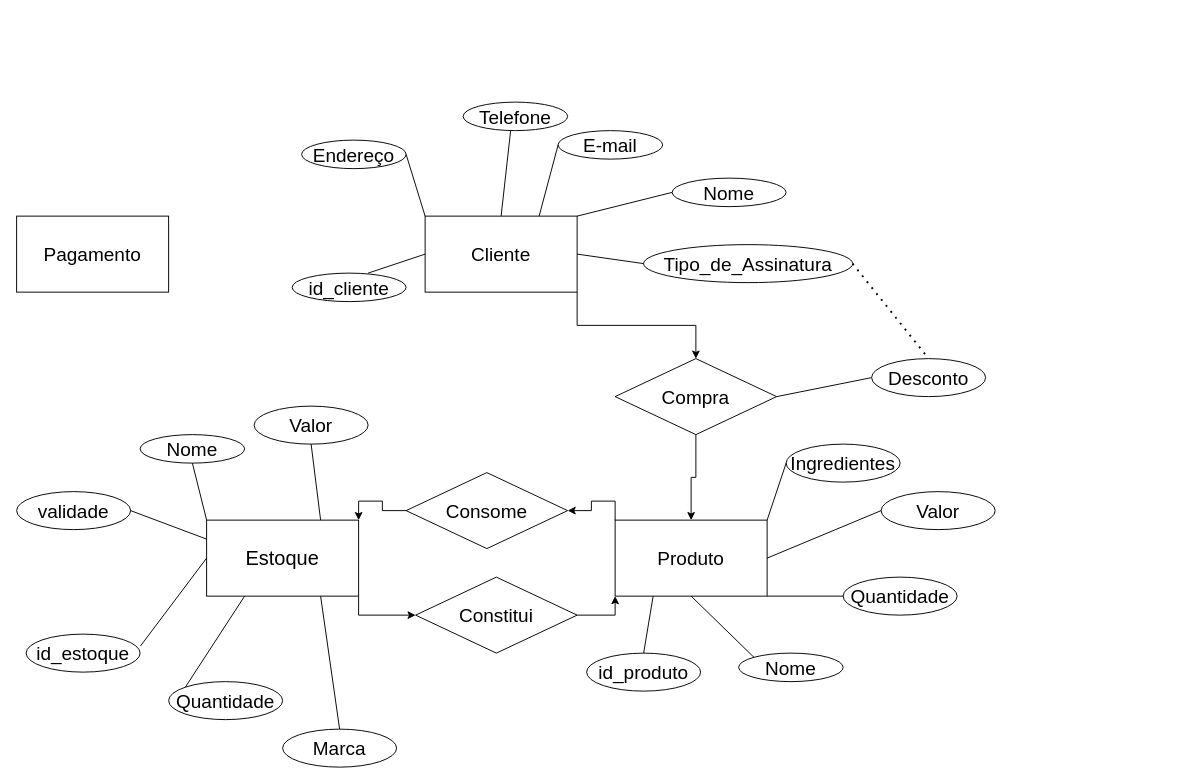
Above: lib/der-padaria.drawio in GustavoBastos04/Sistema-de-padaria (draw.io), before the change. Source tidied: cells renumbered, new cells numbered last; positions are measured from the earlier drawing's top-left corner, leaving out a move shared by most shapes. Both pictures are drawn from the tidied source at 95%, with x=0, y=0 at pixel (16, 102).
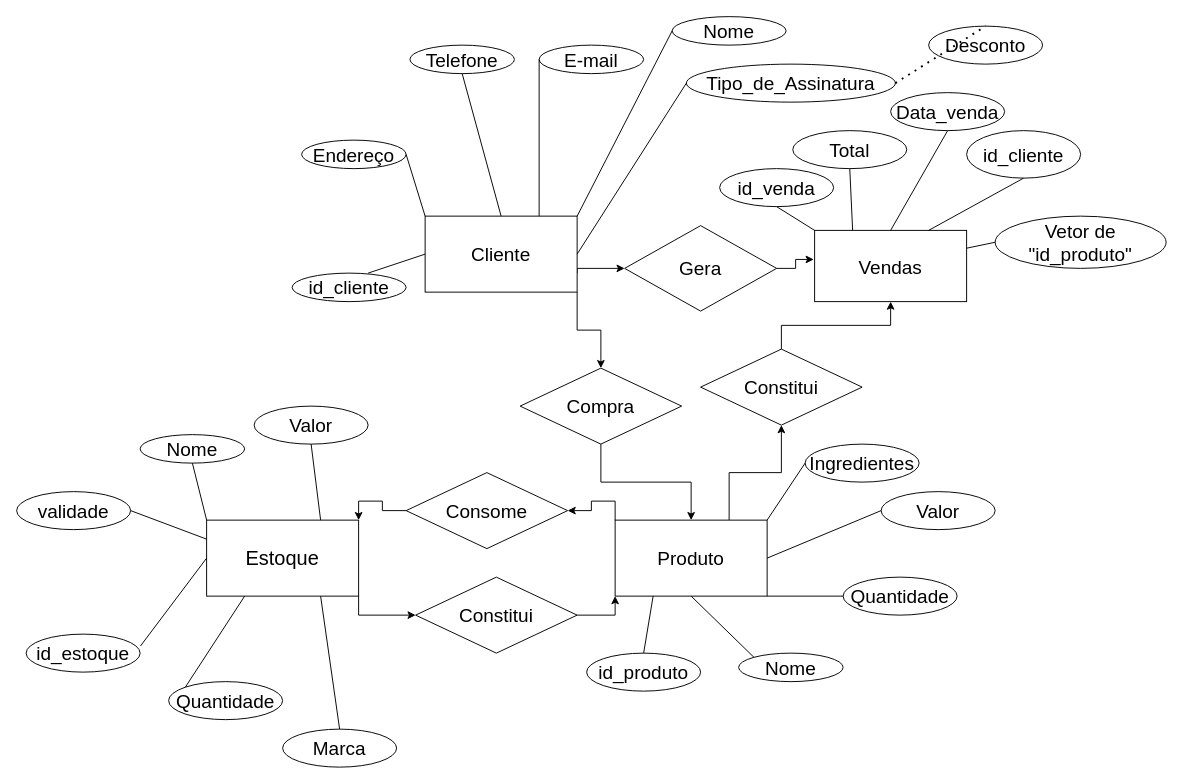
Above is the later version.

Commit message (it also covers changes not shown here):
ghv: mudança no der

foi adicionado a entidade vendas e o relacionamento dela com as entidades cliente e produto

The change refers to these unchanged cells:
```xml
<mxCell id="3" value="&lt;font style=&quot;font-size: 20px;&quot;&gt;Produto&lt;/font&gt;" style="rounded=0;whiteSpace=wrap;html=1;" parent="1" vertex="1">
  <mxGeometry x="630" y="440" width="160" height="80" as="geometry" />
</mxCell>
<mxCell id="7" value="&lt;font style=&quot;font-size: 20px;&quot;&gt;Cliente&lt;/font&gt;" style="rounded=0;whiteSpace=wrap;html=1;" parent="1" vertex="1">
  <mxGeometry x="430" y="120" width="160" height="80" as="geometry" />
</mxCell>
```

Diff of the diagram source:
```diff
@@
+    <mxCell id="52" style="edgeStyle=orthogonalEdgeStyle;rounded=0;jettySize=auto;html=1;exitX=0.75;exitY=0;exitDx=0;exitDy=0;entryX=0.5;entryY=1;entryDx=0;entryDy=0;" parent="1" edge="1" source="3" target="62">
+      <mxGeometry relative="1" as="geometry" />
+    </mxCell>
@@
+    <mxCell id="53" style="edgeStyle=orthogonalEdgeStyle;rounded=0;jettySize=auto;html=1;exitX=1;exitY=0.75;exitDx=0;exitDy=0;entryX=0;entryY=0.5;entryDx=0;entryDy=0;" parent="1" edge="1" source="7" target="59">
+      <mxGeometry relative="1" as="geometry">
+        <Array as="points">
+          <mxPoint x="590" y="175" />
+        </Array>
+      </mxGeometry>
+    </mxCell>
@@
     <mxCell id="9" value="&lt;font style=&quot;font-size: 20px;&quot;&gt;Compra&lt;/font&gt;" style="rhombus;whiteSpace=wrap;html=1;" parent="1" vertex="1">
-      <mxGeometry x="630" y="270" width="170" height="80" as="geometry" />
+      <mxGeometry x="530" y="280" width="170" height="80" as="geometry" />
     </mxCell>
@@
     <mxCell id="14" value="&lt;font style=&quot;font-size: 20px;&quot;&gt;Nome&lt;/font&gt;" style="ellipse;whiteSpace=wrap;html=1;" parent="1" vertex="1">
-      <mxGeometry x="690" y="80" width="120" height="30" as="geometry" />
+      <mxGeometry x="690" y="-90" width="120" height="30" as="geometry" />
     </mxCell>
@@
     <mxCell id="16" value="&lt;span style=&quot;font-size: 20px;&quot;&gt;Tipo_de_Assinatura&lt;/span&gt;" style="ellipse;whiteSpace=wrap;html=1;" parent="1" vertex="1">
-      <mxGeometry x="660" y="150" width="220" height="40" as="geometry" />
+      <mxGeometry x="705" y="-40" width="220" height="40" as="geometry" />
     </mxCell>
     <mxCell id="17" value="&lt;font style=&quot;font-size: 20px;&quot;&gt;E-mail&lt;/font&gt;" style="ellipse;whiteSpace=wrap;html=1;" parent="1" vertex="1">
-      <mxGeometry x="570" y="30" width="110" height="30" as="geometry" />
+      <mxGeometry x="550" y="-60" width="110" height="30" as="geometry" />
     </mxCell>
     <mxCell id="18" value="&lt;font style=&quot;font-size: 20px;&quot;&gt;Telefone&lt;/font&gt;" style="ellipse;whiteSpace=wrap;html=1;" parent="1" vertex="1">
-      <mxGeometry x="470" width="110" height="30" as="geometry" />
+      <mxGeometry x="414" y="-60" width="110" height="30" as="geometry" />
     </mxCell>
@@
     <mxCell id="28" value="&lt;font style=&quot;font-size: 20px;&quot;&gt;Ingredientes&lt;/font&gt;" style="ellipse;whiteSpace=wrap;html=1;" parent="1" vertex="1">
-      <mxGeometry x="810" y="360" width="120" height="40" as="geometry" />
+      <mxGeometry x="830" y="360" width="120" height="40" as="geometry" />
     </mxCell>
     <mxCell id="29" value="&lt;font style=&quot;font-size: 20px;&quot;&gt;Desconto&lt;/font&gt;" style="ellipse;whiteSpace=wrap;html=1;" parent="1" vertex="1">
-      <mxGeometry x="900" y="270" width="120" height="40" as="geometry" />
+      <mxGeometry x="960" y="-80" width="120" height="40" as="geometry" />
     </mxCell>
-    <mxCell id="30" style="endArrow=none;html=1;rounded=0;entryX=0;entryY=0.5;entryDx=0;entryDy=0;exitX=1;exitY=0.5;exitDx=0;exitDy=0;" parent="1" edge="1" source="9" target="29">
-      <mxGeometry relative="1" as="geometry" />
-    </mxCell>
@@
-    <mxCell id="43" style="endArrow=none;html=1;rounded=0;exitX=0.5;exitY=0;exitDx=0;exitDy=0;" parent="1" edge="1" source="7">
-      <mxGeometry relative="1" as="geometry">
-        <mxPoint x="520" y="30" as="targetPoint" />
-      </mxGeometry>
+    <mxCell id="43" style="endArrow=none;html=1;rounded=0;exitX=0.5;exitY=0;exitDx=0;exitDy=0;entryX=0.5;entryY=1;entryDx=0;entryDy=0;" parent="1" edge="1" source="7" target="18">
+      <mxGeometry relative="1" as="geometry" />
     </mxCell>
@@
-    <mxCell id="51" value="&lt;font style=&quot;font-size: 20px;&quot;&gt;Pagamento&lt;/font&gt;" style="rounded=0;whiteSpace=wrap;html=1;" parent="1" vertex="1">
-      <mxGeometry y="120" width="160" height="80" as="geometry" />
+    <mxCell id="51" value="&lt;font style=&quot;font-size: 20px;&quot;&gt;Vendas&lt;/font&gt;" style="rounded=0;whiteSpace=wrap;html=1;" parent="1" vertex="1">
+      <mxGeometry x="840" y="135" width="160" height="75" as="geometry" />
     </mxCell>
+    <mxCell id="54" value="&lt;font style=&quot;font-size: 20px;&quot;&gt;Data_venda&lt;/font&gt;" style="ellipse;whiteSpace=wrap;html=1;" parent="1" vertex="1">
+      <mxGeometry x="920" y="-10" width="120" height="40" as="geometry" />
+    </mxCell>
+    <mxCell id="55" value="&lt;font style=&quot;font-size: 20px;&quot;&gt;Total&lt;/font&gt;" style="ellipse;whiteSpace=wrap;html=1;" parent="1" vertex="1">
+      <mxGeometry x="817" y="30" width="120" height="40" as="geometry" />
+    </mxCell>
+    <mxCell id="56" value="&lt;font style=&quot;font-size: 20px;&quot;&gt;id_venda&lt;/font&gt;" style="ellipse;whiteSpace=wrap;html=1;" parent="1" vertex="1">
+      <mxGeometry x="740" y="70" width="120" height="40" as="geometry" />
+    </mxCell>
+    <mxCell id="57" value="&lt;font style=&quot;font-size: 20px;&quot;&gt;id_cliente&lt;/font&gt;" style="ellipse;whiteSpace=wrap;html=1;" parent="1" vertex="1">
+      <mxGeometry x="1000" y="30" width="120" height="50" as="geometry" />
+    </mxCell>
+    <mxCell id="58" value="&lt;span style=&quot;font-size: 20px;&quot;&gt;Vetor de &quot;id_produto&quot;&lt;/span&gt;" style="ellipse;whiteSpace=wrap;html=1;" parent="1" vertex="1">
+      <mxGeometry x="1030" y="120" width="180" height="55" as="geometry" />
+    </mxCell>
+    <mxCell id="59" value="&lt;font style=&quot;font-size: 20px;&quot;&gt;Gera&lt;/font&gt;" style="rhombus;whiteSpace=wrap;html=1;" parent="1" vertex="1">
+      <mxGeometry x="640" y="130" width="160" height="90" as="geometry" />
+    </mxCell>
+    <mxCell id="60" style="edgeStyle=orthogonalEdgeStyle;rounded=0;jettySize=auto;html=1;exitX=1;exitY=0.5;exitDx=0;exitDy=0;entryX=-0.006;entryY=0.408;entryDx=0;entryDy=0;entryPerimeter=0;" parent="1" edge="1" source="59" target="51">
+      <mxGeometry relative="1" as="geometry" />
+    </mxCell>
+    <mxCell id="61" style="edgeStyle=orthogonalEdgeStyle;rounded=0;jettySize=auto;html=1;exitX=0.5;exitY=0;exitDx=0;exitDy=0;entryX=0.5;entryY=1;entryDx=0;entryDy=0;" parent="1" edge="1" source="62" target="51">
+      <mxGeometry relative="1" as="geometry" />
+    </mxCell>
+    <mxCell id="62" value="&lt;font style=&quot;font-size: 20px;&quot;&gt;Constitui&lt;/font&gt;" style="rhombus;whiteSpace=wrap;html=1;" parent="1" vertex="1">
+      <mxGeometry x="720" y="260" width="170" height="80" as="geometry" />
+    </mxCell>
+    <mxCell id="63" style="endArrow=none;html=1;rounded=0;exitX=0;exitY=0;exitDx=0;exitDy=0;entryX=0.5;entryY=1;entryDx=0;entryDy=0;" parent="1" edge="1" source="51" target="56">
+      <mxGeometry relative="1" as="geometry" />
+    </mxCell>
+    <mxCell id="64" style="endArrow=none;html=1;rounded=0;exitX=0.25;exitY=0;exitDx=0;exitDy=0;entryX=0.5;entryY=1;entryDx=0;entryDy=0;" parent="1" edge="1" source="51" target="55">
+      <mxGeometry relative="1" as="geometry" />
+    </mxCell>
+    <mxCell id="65" style="endArrow=none;html=1;rounded=0;exitX=0.5;exitY=0;exitDx=0;exitDy=0;entryX=0.5;entryY=1;entryDx=0;entryDy=0;" parent="1" edge="1" source="51" target="54">
+      <mxGeometry relative="1" as="geometry" />
+    </mxCell>
+    <mxCell id="66" style="endArrow=none;html=1;rounded=0;exitX=0.75;exitY=0;exitDx=0;exitDy=0;entryX=0.5;entryY=1;entryDx=0;entryDy=0;" parent="1" edge="1" source="51" target="57">
+      <mxGeometry relative="1" as="geometry" />
+    </mxCell>
+    <mxCell id="67" style="endArrow=none;html=1;rounded=0;exitX=0;exitY=0.5;exitDx=0;exitDy=0;entryX=1;entryY=0.25;entryDx=0;entryDy=0;" parent="1" edge="1" source="58" target="51">
+      <mxGeometry relative="1" as="geometry" />
+    </mxCell>
```
